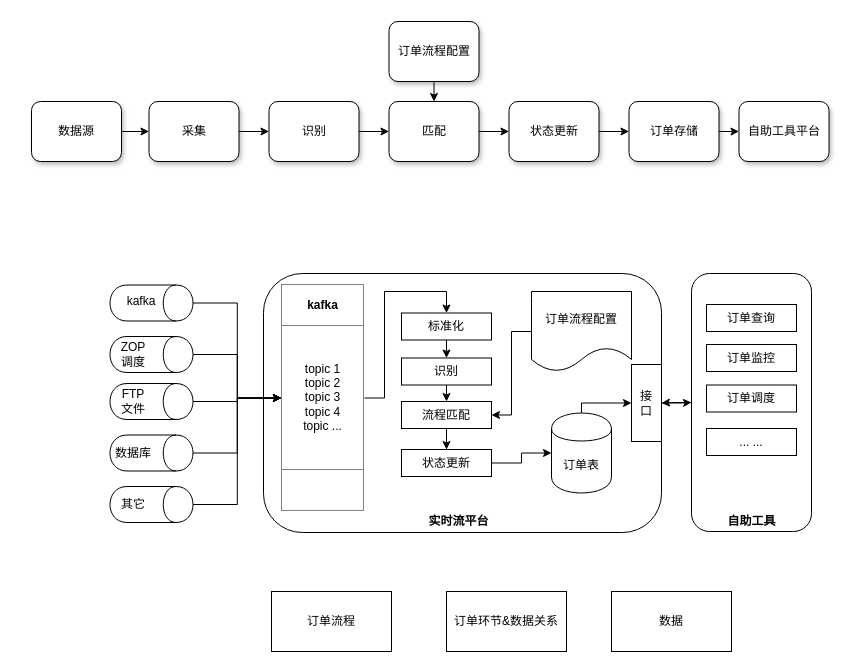
Before: 订单流程处理.drawio in fengjj/webmarket0.1, a draw.io diagram. Source tidied: cells renumbered, new cells numbered last; positions are measured from the earlier drawing's top-left corner, leaving out a move shared by most shapes. Both pictures are drawn from the tidied source at 100%, with x=0, y=0 at pixel (31, 21).
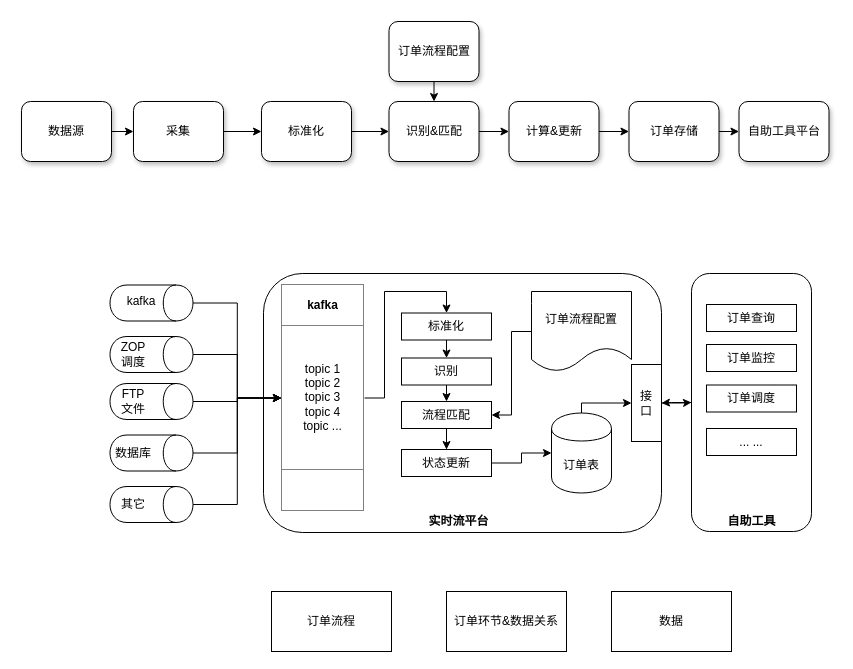
The same diagram, later.

Commit message (it also covers changes not shown here):
更新订单流程处理.drawio

Change to the diagram source:
```diff
@@
     <mxCell id="46" value="数据源" style="rounded=1;whiteSpace=wrap;html=1;shadow=1;" parent="1" vertex="1">
-      <mxGeometry y="80" width="90" height="60" as="geometry" />
+      <mxGeometry x="-10" y="80" width="90" height="60" as="geometry" />
     </mxCell>
@@
     <mxCell id="48" value="采集" style="rounded=1;whiteSpace=wrap;html=1;shadow=1;" parent="1" vertex="1">
-      <mxGeometry x="117.5" y="80" width="90" height="60" as="geometry" />
+      <mxGeometry x="102" y="80" width="90" height="60" as="geometry" />
     </mxCell>
@@
-    <mxCell id="50" value="识别" style="rounded=1;whiteSpace=wrap;html=1;shadow=1;" parent="1" vertex="1">
-      <mxGeometry x="237.5" y="80" width="90" height="60" as="geometry" />
+    <mxCell id="50" value="标准化" style="rounded=1;whiteSpace=wrap;html=1;shadow=1;" parent="1" vertex="1">
+      <mxGeometry x="230" y="80" width="90" height="60" as="geometry" />
     </mxCell>
@@
-    <mxCell id="52" value="匹配" style="rounded=1;whiteSpace=wrap;html=1;shadow=1;" parent="1" vertex="1">
+    <mxCell id="52" value="识别&amp;amp;匹配" style="rounded=1;whiteSpace=wrap;html=1;shadow=1;" parent="1" vertex="1">
       <mxGeometry x="357.5" y="80" width="90" height="60" as="geometry" />
     </mxCell>
@@
-    <mxCell id="54" value="状态更新" style="rounded=1;whiteSpace=wrap;html=1;shadow=1;" parent="1" vertex="1">
+    <mxCell id="54" value="计算&amp;amp;更新" style="rounded=1;whiteSpace=wrap;html=1;shadow=1;" parent="1" vertex="1">
       <mxGeometry x="477.5" y="80" width="90" height="60" as="geometry" />
     </mxCell>
```
